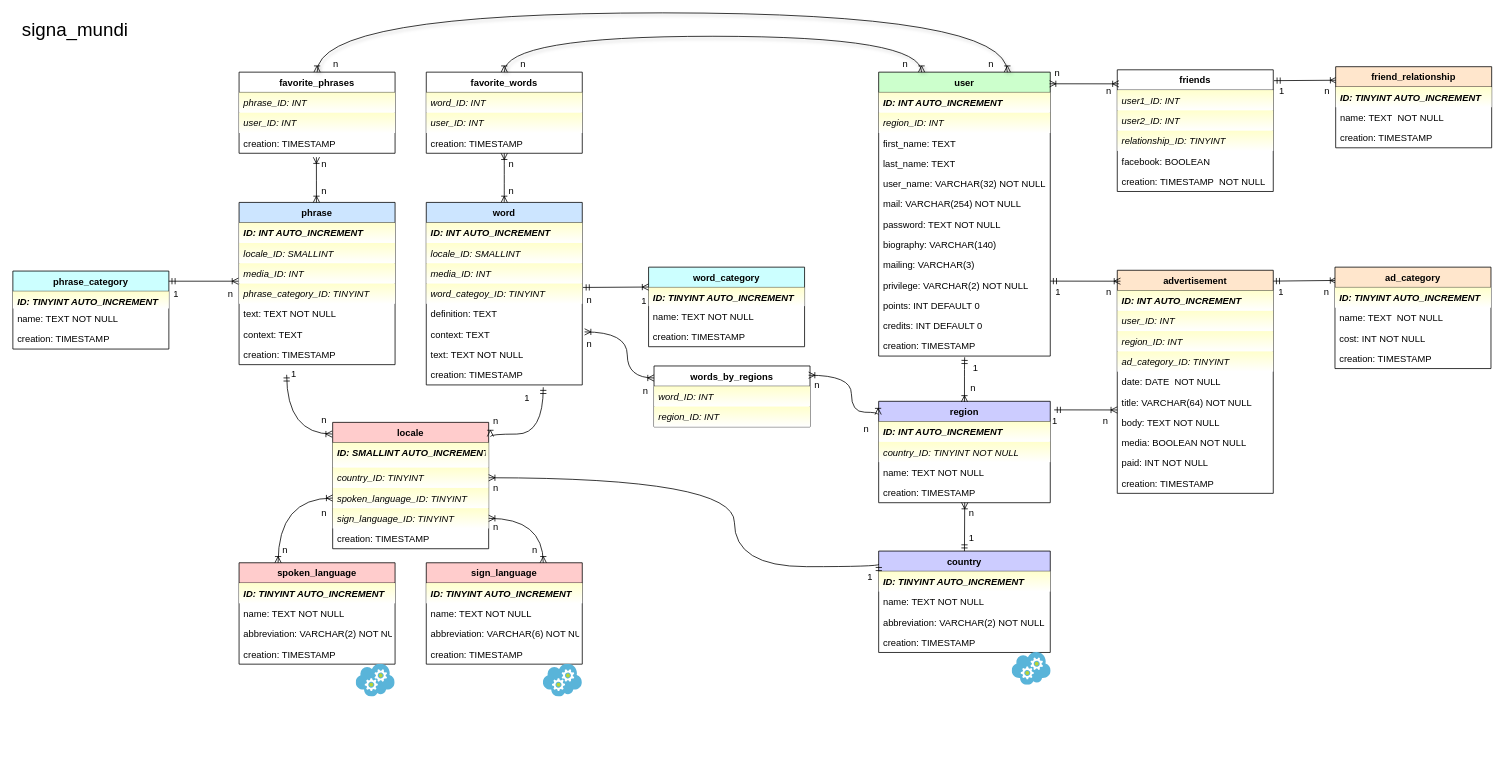
Before: SQL/Diagram.drawio in Dialvive/HandsApp-API, a draw.io diagram. Source tidied: cells renumbered, new cells numbered last; positions are measured from the earlier drawing's top-left corner, leaving out a move shared by most shapes. Both pictures are drawn from the tidied source at 78%, with x=0, y=0 at pixel (12, 12).
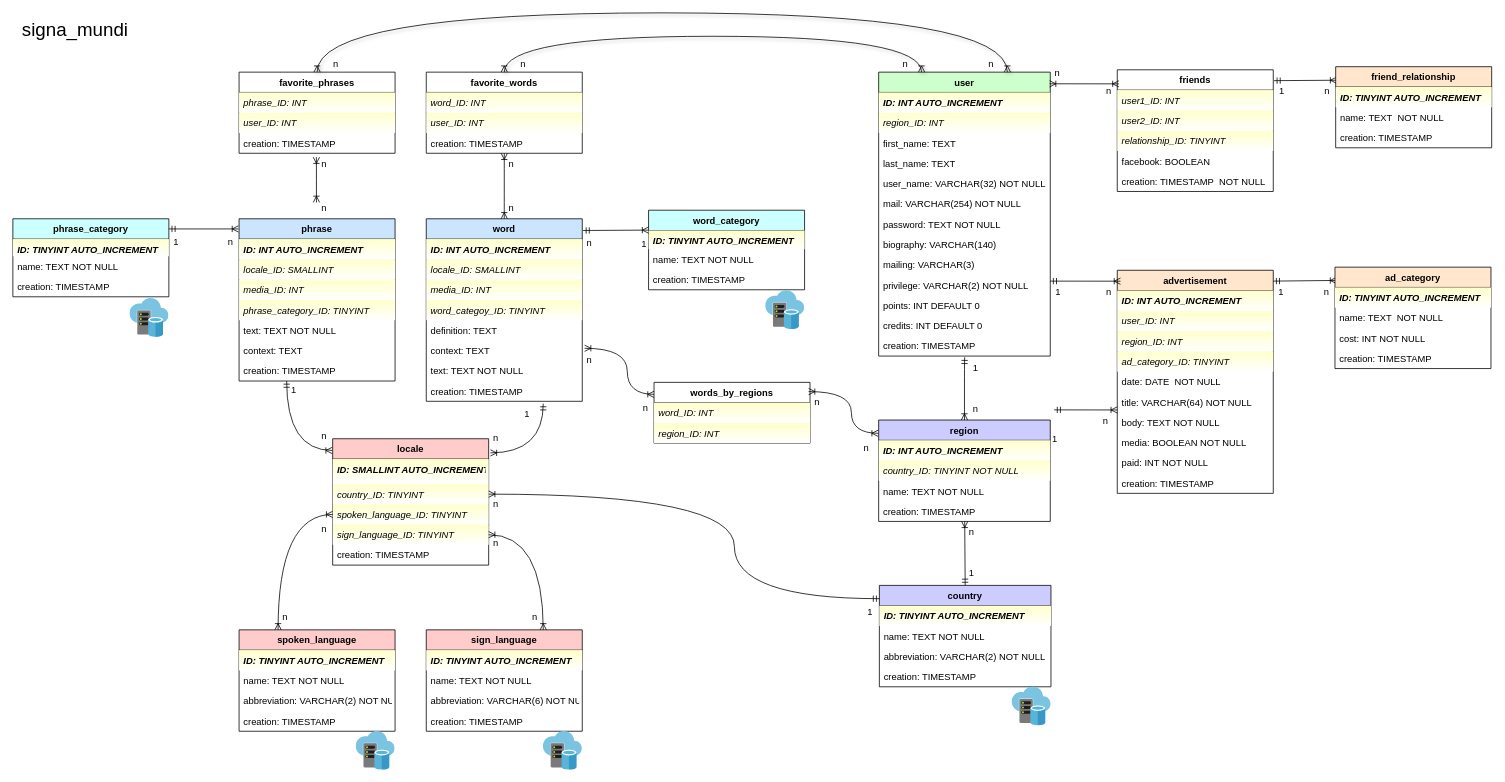
After the change.

The change refers to these unchanged cells:
```xml
<mxCell id="45" value="ID: SMALLINT AUTO_INCREMENT" style="text;align=left;verticalAlign=top;spacingLeft=4;spacingRight=4;overflow=hidden;points=[[0,0.5],[1,0.5]];portConstraint=eastwest;fontStyle=3;labelBackgroundColor=none;fillColor=#FFFFCC;gradientColor=#FFFFFF;" parent="44" vertex="1">
  <mxGeometry y="26" width="200" height="32" as="geometry" />
</mxCell>
<mxCell id="46" value="country_ID: TINYINT" style="text;align=left;verticalAlign=top;spacingLeft=4;spacingRight=4;overflow=hidden;points=[[0,0.5],[1,0.5]];portConstraint=eastwest;fontStyle=2;labelBackgroundColor=none;fillColor=#FFFFCC;gradientColor=#FFFFFF;" parent="44" vertex="1">
  <mxGeometry y="58" width="200" height="26" as="geometry" />
</mxCell>
<mxCell id="77" value="creation: TIMESTAMP" style="text;strokeColor=none;fillColor=none;align=left;verticalAlign=top;spacingLeft=4;spacingRight=4;overflow=hidden;points=[[0,0.5],[1,0.5]];portConstraint=eastwest;" parent="64" vertex="1">
  <mxGeometry y="338" width="220" height="26" as="geometry" />
</mxCell>
```

Change to the diagram source:
```diff
@@
     <mxCell id="6" value="word_category" style="swimlane;fontStyle=1;horizontal=1;startSize=26;fillColor=#CCFFFF;" parent="1" vertex="1">
-      <mxGeometry x="815" y="326" width="200" height="102" as="geometry" />
+      <mxGeometry x="815" y="253" width="200" height="102" as="geometry" />
     </mxCell>
@@
     <mxCell id="10" value="phrase_category" style="swimlane;fontStyle=1;horizontal=1;startSize=26;fillColor=#CCFFFF;" parent="1" vertex="1">
-      <mxGeometry y="331" width="200" height="100" as="geometry" />
+      <mxGeometry y="264" width="200" height="100" as="geometry" />
     </mxCell>
@@
     <mxCell id="14" value="word" style="swimlane;fontStyle=1;horizontal=1;startSize=26;fillColor=#CCE5FF;" parent="1" vertex="1">
-      <mxGeometry x="530" y="243" width="200" height="234" as="geometry" />
+      <mxGeometry x="530" y="264" width="200" height="234" as="geometry" />
     </mxCell>
@@
     <mxCell id="23" value="phrase" style="swimlane;fontStyle=1;horizontal=1;startSize=26;fillColor=#CCE5FF;" parent="1" vertex="1">
-      <mxGeometry x="290" y="243" width="200" height="208" as="geometry" />
+      <mxGeometry x="290" y="264" width="200" height="208" as="geometry" />
     </mxCell>
@@
     <mxCell id="31" value="words_by_regions" style="swimlane;fontStyle=1;horizontal=1;startSize=26;fillColor=none;" parent="1" vertex="1">
-      <mxGeometry x="822" y="452.7" width="200" height="78" as="geometry" />
+      <mxGeometry x="822" y="473.7" width="200" height="78" as="geometry" />
     </mxCell>
@@
     <mxCell id="34" value="country" style="swimlane;fontStyle=1;horizontal=1;startSize=26;fillColor=#CCCCFF;" parent="1" vertex="1">
-      <mxGeometry x="1110" y="690" width="220" height="130" as="geometry" />
+      <mxGeometry x="1110.9" y="734" width="220" height="130" as="geometry" />
     </mxCell>
@@
     <mxCell id="39" value="region" style="swimlane;fontStyle=1;horizontal=1;startSize=26;fillColor=#CCCCFF;" parent="1" vertex="1">
-      <mxGeometry x="1110" y="498" width="220" height="130" as="geometry" />
+      <mxGeometry x="1110" y="522" width="220" height="130" as="geometry" />
     </mxCell>
@@
     <mxCell id="44" value="locale" style="swimlane;fontStyle=1;horizontal=1;startSize=26;fillColor=#FFCCCC;" parent="1" vertex="1">
-      <mxGeometry x="410" y="525" width="200" height="162" as="geometry" />
+      <mxGeometry x="410" y="546" width="200" height="162" as="geometry" />
     </mxCell>
@@
     <mxCell id="50" value="sign_language" style="swimlane;fontStyle=1;horizontal=1;startSize=26;fillColor=#FFCCCC;" parent="1" vertex="1">
-      <mxGeometry x="530" y="705" width="200" height="130" as="geometry" />
+      <mxGeometry x="530" y="791" width="200" height="130" as="geometry" />
     </mxCell>
@@
     <mxCell id="55" value="1" style="text;strokeColor=none;fillColor=none;spacingLeft=4;spacingRight=4;overflow=hidden;fontSize=12;labelBackgroundColor=none;" parent="1" vertex="1">
-      <mxGeometry x="800" y="356" width="20" height="30" as="geometry" />
+      <mxGeometry x="800" y="283" width="20" height="30" as="geometry" />
     </mxCell>
     <mxCell id="56" value="n" style="text;strokeColor=none;fillColor=none;spacingLeft=4;spacingRight=4;overflow=hidden;points=[[0,0.5],[1,0.5]];portConstraint=eastwest;fontSize=12;labelBackgroundColor=none;" parent="1" vertex="1">
-      <mxGeometry x="730" y="354" width="20" height="28" as="geometry" />
+      <mxGeometry x="730" y="281" width="20" height="28" as="geometry" />
     </mxCell>
     <mxCell id="57" style="fontSize=12;html=1;endArrow=ERoneToMany;startArrow=ERmandOne;entryX=-0.004;entryY=0.066;entryDx=0;entryDy=0;entryPerimeter=0;" parent="1" edge="1">
-      <mxGeometry x="-791" y="297" as="geometry">
-        <mxPoint x="200" y="344" as="sourcePoint" />
-        <mxPoint x="289.2" y="344" as="targetPoint" />
+      <mxGeometry x="-791" y="230" as="geometry">
+        <mxPoint x="200" y="277" as="sourcePoint" />
+        <mxPoint x="289.2" y="277" as="targetPoint" />
       </mxGeometry>
     </mxCell>
     <mxCell id="58" value="1" style="text;strokeColor=none;fillColor=none;spacingLeft=4;spacingRight=4;overflow=hidden;fontSize=12;labelBackgroundColor=none;" parent="1" vertex="1">
-      <mxGeometry x="200" y="347" width="20" height="28" as="geometry" />
+      <mxGeometry x="200" y="280" width="20" height="28" as="geometry" />
     </mxCell>
     <mxCell id="59" value="n" style="text;strokeColor=none;fillColor=none;spacingLeft=4;spacingRight=4;overflow=hidden;fontSize=12;labelBackgroundColor=none;" parent="1" vertex="1">
-      <mxGeometry x="270" y="347" width="20" height="30" as="geometry" />
+      <mxGeometry x="270" y="280" width="20" height="30" as="geometry" />
     </mxCell>
     <mxCell id="60" style="fontSize=12;html=1;endArrow=ERoneToMany;startArrow=ERmandOne;exitX=0.5;exitY=0;exitDx=0;exitDy=0;entryX=0.015;entryY=-0.005;entryDx=0;entryDy=0;entryPerimeter=0;" parent="1" edge="1" source="34" target="62">
-      <mxGeometry x="619" y="-37" as="geometry" />
+      <mxGeometry x="619" y="-13" as="geometry" />
     </mxCell>
     <mxCell id="61" value="1" style="text;strokeColor=none;fillColor=none;spacingLeft=4;spacingRight=4;overflow=hidden;fontSize=12;labelBackgroundColor=none;" parent="1" vertex="1">
-      <mxGeometry x="1220" y="660" width="20" height="30" as="geometry" />
+      <mxGeometry x="1219.9" y="704" width="20" height="30" as="geometry" />
     </mxCell>
     <mxCell id="62" value="n" style="text;strokeColor=none;fillColor=none;spacingLeft=4;spacingRight=4;overflow=hidden;points=[[0,0.5],[1,0.5]];portConstraint=eastwest;fontSize=12;labelBackgroundColor=none;" parent="1" vertex="1">
-      <mxGeometry x="1220" y="628" width="20" height="28" as="geometry" />
+      <mxGeometry x="1220" y="652" width="20" height="28" as="geometry" />
     </mxCell>
@@
-    <mxCell id="78" style="fontSize=12;html=1;endArrow=ERoneToMany;startArrow=ERmandOne;entryX=0.5;entryY=0;entryDx=0;entryDy=0;exitX=0.501;exitY=1.06;exitDx=0;exitDy=0;exitPerimeter=0;" parent="1" edge="1" source="77">
+    <mxCell id="78" style="fontSize=12;html=1;endArrow=ERoneToMany;startArrow=ERmandOne;exitX=0.501;exitY=1.06;exitDx=0;exitDy=0;exitPerimeter=0;" parent="1" edge="1" source="77" target="39">
       <mxGeometry x="905" y="336.7" as="geometry">
-        <mxPoint x="1220" y="498.7" as="targetPoint" />
         <Array as="points">
           <mxPoint x="1220" y="456.7" />
         </Array>
       </mxGeometry>
     </mxCell>
@@
     <mxCell id="80" value="n" style="text;strokeColor=none;fillColor=none;spacingLeft=4;spacingRight=4;overflow=hidden;fontSize=12;labelBackgroundColor=none;" parent="1" vertex="1">
-      <mxGeometry x="1222" y="466.7" width="20" height="28" as="geometry" />
+      <mxGeometry x="1225" y="494" width="20" height="28" as="geometry" />
     </mxCell>
     <mxCell id="81" value="spoken_language" style="swimlane;fontStyle=1;horizontal=1;startSize=26;fillColor=#FFCCCC;" parent="1" vertex="1">
-      <mxGeometry x="290" y="705" width="200" height="130" as="geometry" />
+      <mxGeometry x="290" y="791" width="200" height="130" as="geometry" />
     </mxCell>
@@
     <mxCell id="86" value="n" style="text;strokeColor=none;fillColor=none;spacingLeft=4;spacingRight=4;overflow=hidden;points=[[0,0.5],[1,0.5]];portConstraint=eastwest;fontSize=12;labelBackgroundColor=none;" parent="1" vertex="1">
-      <mxGeometry x="1022" y="463.7" width="20" height="28" as="geometry" />
+      <mxGeometry x="1022" y="484.7" width="20" height="28" as="geometry" />
     </mxCell>
     <mxCell id="87" value="n" style="text;strokeColor=none;fillColor=none;spacingLeft=4;spacingRight=4;overflow=hidden;fontSize=12;labelBackgroundColor=none;" parent="1" vertex="1">
-      <mxGeometry x="802" y="471.7" width="20" height="28" as="geometry" />
+      <mxGeometry x="802" y="492.7" width="20" height="28" as="geometry" />
     </mxCell>
@@
     <mxCell id="90" style="fontSize=12;html=1;endArrow=ERoneToMany;startArrow=ERmandOne;exitX=0.001;exitY=0.131;exitDx=0;exitDy=0;edgeStyle=orthogonalEdgeStyle;curved=1;entryX=1;entryY=0.5;entryDx=0;entryDy=0;exitPerimeter=0;" parent="1" edge="1" source="34" target="46">
       <mxGeometry x="315" y="478.8" as="geometry">
         <Array as="points">
-          <mxPoint x="1110" y="710" />
-          <mxPoint x="925" y="710" />
-          <mxPoint x="925" y="596" />
+          <mxPoint x="925" y="751" />
+          <mxPoint x="925" y="617" />
         </Array>
       </mxGeometry>
     </mxCell>
-    <mxCell id="91" style="fontSize=12;html=1;endArrow=ERoneToMany;startArrow=ERmandOne;edgeStyle=orthogonalEdgeStyle;curved=1;exitX=0;exitY=0.5;exitDx=0;exitDy=0;entryX=0.967;entryY=1.067;entryDx=0;entryDy=0;entryPerimeter=0;" parent="1" edge="1" source="94" target="92">
-      <mxGeometry x="-16" y="465.9" as="geometry">
+    <mxCell id="91" style="fontSize=12;html=1;endArrow=ERoneToMany;startArrow=ERmandOne;edgeStyle=orthogonalEdgeStyle;curved=1;entryX=0.967;entryY=1.067;entryDx=0;entryDy=0;entryPerimeter=0;" parent="1" edge="1" source="23" target="92">
+      <mxGeometry x="-16" y="486.9" as="geometry">
         <Array as="points">
-          <mxPoint x="351" y="540" />
+          <mxPoint x="351" y="561" />
         </Array>
       </mxGeometry>
     </mxCell>
     <mxCell id="92" value="n" style="text;strokeColor=none;fillColor=none;spacingLeft=4;spacingRight=4;overflow=hidden;points=[[0,0.5],[1,0.5]];portConstraint=eastwest;fontSize=12;labelBackgroundColor=none;" parent="1" vertex="1">
-      <mxGeometry x="390" y="508" width="20" height="30" as="geometry" />
+      <mxGeometry x="390" y="529" width="20" height="30" as="geometry" />
     </mxCell>
     <mxCell id="93" value="1" style="text;strokeColor=none;fillColor=none;spacingLeft=4;spacingRight=4;overflow=hidden;fontSize=12;labelBackgroundColor=none;" parent="1" vertex="1">
-      <mxGeometry x="1090" y="710" width="20" height="30" as="geometry" />
+      <mxGeometry x="1089.9" y="754" width="20" height="30" as="geometry" />
     </mxCell>
     <mxCell id="94" value="1" style="text;strokeColor=none;fillColor=none;spacingLeft=4;spacingRight=4;overflow=hidden;points=[[0,0.5],[1,0.5]];portConstraint=eastwest;fontSize=12;labelBackgroundColor=none;" parent="1" vertex="1">
-      <mxGeometry x="351" y="449" width="20" height="30" as="geometry" />
+      <mxGeometry x="351" y="470" width="20" height="30" as="geometry" />
     </mxCell>
     <mxCell id="95" value="n" style="text;strokeColor=none;fillColor=none;spacingLeft=4;spacingRight=4;overflow=hidden;fontSize=12;labelBackgroundColor=none;" parent="1" vertex="1">
-      <mxGeometry x="610" y="595" width="20" height="30" as="geometry" />
+      <mxGeometry x="610" y="616" width="20" height="30" as="geometry" />
     </mxCell>
     <mxCell id="96" value="n" style="text;strokeColor=none;fillColor=none;spacingLeft=4;spacingRight=4;overflow=hidden;fontSize=12;labelBackgroundColor=none;" parent="1" vertex="1">
-      <mxGeometry x="610" y="645" width="20" height="30" as="geometry" />
+      <mxGeometry x="610" y="666" width="20" height="30" as="geometry" />
     </mxCell>
     <mxCell id="97" value="n" style="text;strokeColor=none;fillColor=none;spacingLeft=4;spacingRight=4;overflow=hidden;fontSize=12;labelBackgroundColor=none;" parent="1" vertex="1">
-      <mxGeometry x="390" y="627" width="20" height="30" as="geometry" />
+      <mxGeometry x="390" y="648" width="20" height="30" as="geometry" />
     </mxCell>
     <mxCell id="98" value="n" style="text;strokeColor=none;fillColor=none;spacingLeft=4;spacingRight=4;overflow=hidden;fontSize=12;labelBackgroundColor=none;" parent="1" vertex="1">
-      <mxGeometry x="660" y="675" width="20" height="30" as="geometry" />
+      <mxGeometry x="660" y="761" width="20" height="30" as="geometry" />
     </mxCell>
     <mxCell id="99" value="n" style="text;strokeColor=none;fillColor=none;spacingLeft=4;spacingRight=4;overflow=hidden;fontSize=12;labelBackgroundColor=none;" parent="1" vertex="1">
-      <mxGeometry x="340" y="675" width="20" height="30" as="geometry" />
+      <mxGeometry x="340" y="761" width="20" height="30" as="geometry" />
     </mxCell>
     <mxCell id="100" value="1" style="text;strokeColor=none;fillColor=none;spacingLeft=4;spacingRight=4;overflow=hidden;fontSize=12;labelBackgroundColor=none;" parent="1" vertex="1">
-      <mxGeometry x="650" y="480" width="20" height="30" as="geometry" />
+      <mxGeometry x="650" y="501" width="20" height="30" as="geometry" />
     </mxCell>
     <mxCell id="101" style="fontSize=12;html=1;endArrow=ERoneToMany;startArrow=ERmandOne;edgeStyle=orthogonalEdgeStyle;curved=1;entryX=1.011;entryY=-0.246;entryDx=0;entryDy=0;entryPerimeter=0;" parent="1" edge="1" target="45">
-      <mxGeometry x="313" y="488.8" as="geometry">
-        <mxPoint x="680" y="480" as="sourcePoint" />
+      <mxGeometry x="313" y="509.8" as="geometry">
+        <mxPoint x="680" y="501" as="sourcePoint" />
         <Array as="points">
-          <mxPoint x="680" y="540" />
-          <mxPoint x="612" y="540" />
+          <mxPoint x="680" y="564" />
         </Array>
       </mxGeometry>
     </mxCell>
     <mxCell id="102" style="fontSize=12;html=1;endArrow=ERoneToMany;startArrow=ERmandOne;entryX=0;entryY=0.25;entryDx=0;entryDy=0;exitX=0.05;exitY=-0.071;exitDx=0;exitDy=0;exitPerimeter=0;" parent="1" edge="1" source="56" target="6">
-      <mxGeometry x="925" y="368.7" as="geometry" />
+      <mxGeometry x="925" y="295.7" as="geometry" />
     </mxCell>
@@
     <mxCell id="115" value="n" style="text;strokeColor=none;fillColor=none;spacingLeft=4;spacingRight=4;overflow=hidden;fontSize=12;labelBackgroundColor=none;" parent="1" vertex="1">
-      <mxGeometry x="610" y="510" width="20" height="28" as="geometry" />
+      <mxGeometry x="610" y="531" width="20" height="28" as="geometry" />
     </mxCell>
     <mxCell id="116" value="n" style="text;strokeColor=none;fillColor=none;spacingLeft=4;spacingRight=4;overflow=hidden;fontSize=12;labelBackgroundColor=none;" parent="1" vertex="1">
-      <mxGeometry x="630" y="215" width="20" height="28" as="geometry" />
+      <mxGeometry x="630" y="236" width="20" height="28" as="geometry" />
     </mxCell>
     <mxCell id="117" value="n" style="text;strokeColor=none;fillColor=none;spacingLeft=4;spacingRight=4;overflow=hidden;fontSize=12;labelBackgroundColor=none;" parent="1" vertex="1">
-      <mxGeometry x="390" y="215" width="20" height="28" as="geometry" />
+      <mxGeometry x="390" y="236" width="20" height="28" as="geometry" />
     </mxCell>
@@
     <mxCell id="119" style="edgeStyle=orthogonalEdgeStyle;fontSize=12;html=1;endArrow=ERoneToMany;startArrow=ERoneToMany;exitX=-0.003;exitY=0.131;exitDx=0;exitDy=0;entryX=-0.092;entryY=0.03;entryDx=0;entryDy=0;curved=1;entryPerimeter=0;exitPerimeter=0;" parent="1" edge="1" source="39" target="86">
       <mxGeometry relative="1" as="geometry">
         <Array as="points">
-          <mxPoint x="1075" y="512" />
-          <mxPoint x="1075" y="465" />
+          <mxPoint x="1075" y="539" />
+          <mxPoint x="1075" y="485" />
+          <mxPoint x="1020" y="485" />
         </Array>
       </mxGeometry>
     </mxCell>
     <mxCell id="120" style="edgeStyle=orthogonalEdgeStyle;fontSize=12;html=1;endArrow=ERoneToMany;startArrow=ERoneToMany;exitX=-0.003;exitY=0.131;exitDx=0;exitDy=0;curved=1;exitPerimeter=0;" parent="1" edge="1">
       <mxGeometry relative="1" as="geometry">
-        <mxPoint x="822" y="468.1" as="sourcePoint" />
-        <mxPoint x="733" y="409" as="targetPoint" />
+        <mxPoint x="822" y="489.1" as="sourcePoint" />
+        <mxPoint x="733" y="430" as="targetPoint" />
         <Array as="points">
-          <mxPoint x="787.7" y="468.5" />
-          <mxPoint x="787.7" y="409.5" />
+          <mxPoint x="787.7" y="489.5" />
+          <mxPoint x="787.7" y="430.5" />
         </Array>
       </mxGeometry>
     </mxCell>
     <mxCell id="121" value="n" style="text;strokeColor=none;fillColor=none;spacingLeft=4;spacingRight=4;overflow=hidden;fontSize=12;labelBackgroundColor=none;" parent="1" vertex="1">
-      <mxGeometry x="730" y="411" width="20" height="28" as="geometry" />
+      <mxGeometry x="730" y="432" width="20" height="28" as="geometry" />
     </mxCell>
     <mxCell id="122" value="n" style="text;strokeColor=none;fillColor=none;spacingLeft=4;spacingRight=4;overflow=hidden;fontSize=12;labelBackgroundColor=none;" parent="1" vertex="1">
-      <mxGeometry x="1085" y="519.7" width="20" height="28" as="geometry" />
+      <mxGeometry x="1085" y="543.7" width="20" height="28" as="geometry" />
     </mxCell>
@@
     <mxCell id="163" value="1" style="text;strokeColor=none;fillColor=none;spacingLeft=4;spacingRight=4;overflow=hidden;fontSize=12;labelBackgroundColor=none;" parent="1" vertex="1">
-      <mxGeometry x="1326.8" y="509.1" width="20" height="28" as="geometry" />
+      <mxGeometry x="1326.8" y="533.1" width="20" height="28" as="geometry" />
     </mxCell>
@@
-    <mxCell id="165" style="html=1;align=center;image;fontSize=12;image=img/lib/mscae/Cloud_Services_Classic.svg;" parent="1" vertex="1">
-      <mxGeometry x="440" y="835" width="50" height="42" as="geometry" />
-    </mxCell>
-    <mxCell id="166" style="html=1;align=center;image;fontSize=12;image=img/lib/mscae/Cloud_Services_Classic.svg;" parent="1" vertex="1">
-      <mxGeometry x="1281" y="820" width="50" height="42" as="geometry" />
-    </mxCell>
-    <mxCell id="167" style="html=1;align=center;image;fontSize=12;image=img/lib/mscae/Cloud_Services_Classic.svg;" parent="1" vertex="1">
-      <mxGeometry x="680" y="835" width="50" height="42" as="geometry" />
-    </mxCell>
+    <mxCell id="168" style="html=1;align=center;image;fontSize=12;image=img/lib/mscae/Virtual_Datacenter.svg;" parent="1" vertex="1">
+      <mxGeometry x="150" y="366" width="50" height="50" as="geometry" />
+    </mxCell>
+    <mxCell id="169" style="html=1;align=center;image;fontSize=12;image=img/lib/mscae/Virtual_Datacenter.svg;" parent="1" vertex="1">
+      <mxGeometry x="680" y="921" width="50" height="50" as="geometry" />
+    </mxCell>
+    <mxCell id="170" style="html=1;align=center;image;fontSize=12;image=img/lib/mscae/Virtual_Datacenter.svg;" parent="1" vertex="1">
+      <mxGeometry x="440" y="921" width="50" height="50" as="geometry" />
+    </mxCell>
+    <mxCell id="171" style="html=1;align=center;image;fontSize=12;image=img/lib/mscae/Virtual_Datacenter.svg;" parent="1" vertex="1">
+      <mxGeometry x="1281" y="864" width="50" height="50" as="geometry" />
+    </mxCell>
+    <mxCell id="172" style="html=1;align=center;image;fontSize=12;image=img/lib/mscae/Virtual_Datacenter.svg;" parent="1" vertex="1">
+      <mxGeometry x="965" y="356" width="50" height="50" as="geometry" />
+    </mxCell>
```
